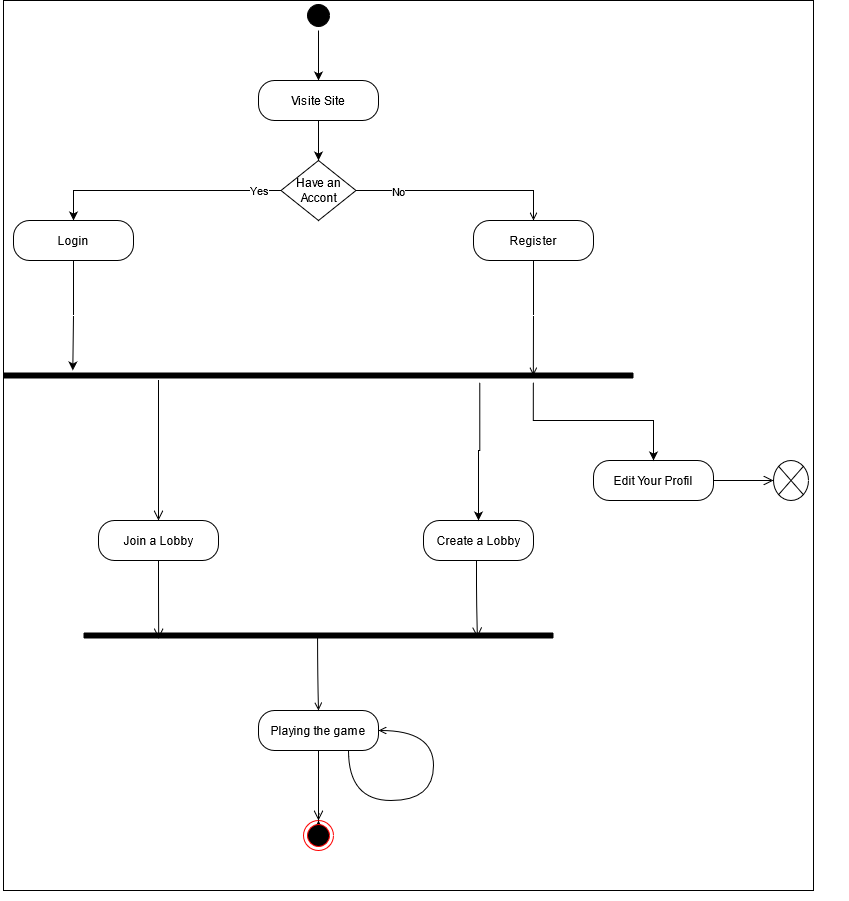
Before: Overview.png, a diagram exported from draw.io (sopra-fs21-group-15/diagrams). Source tidied: cells renumbered, new cells last; positions are measured from the earlier drawing's top-left corner, leaving out a move shared by most shapes.
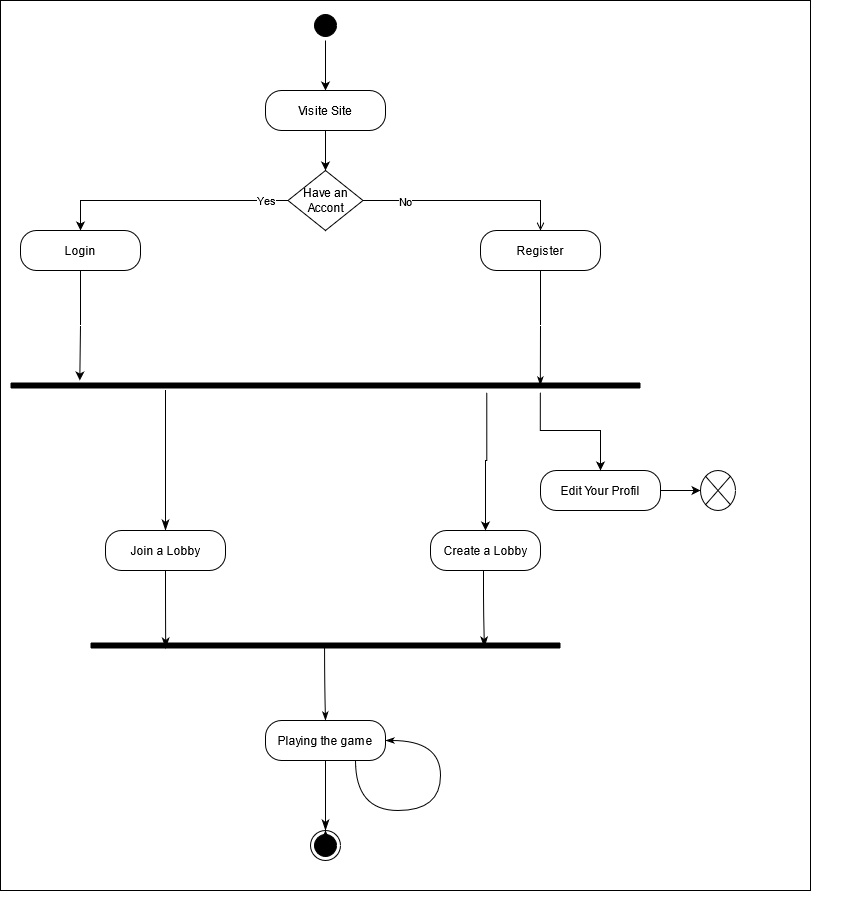
Later version of the same file.

Change to the diagram source:
```diff
@@ -2,15 +2,18 @@
   <root>
     <mxCell id="0" />
     <mxCell id="1" parent="0" />
+    <mxCell id="36" style="group;" parent="1" vertex="1">
+      <mxGeometry x="10" y="-30" width="855" height="920" as="geometry" />
+    </mxCell>
-    <mxCell id="2" style="group;" parent="1" vertex="1">
-      <mxGeometry width="845" height="900" as="geometry" />
+    <mxCell id="2" style="group;" parent="36" vertex="1">
+      <mxGeometry x="10" y="10" width="845" height="910" as="geometry" />
     </mxCell>
     <mxCell id="3" style="edgeStyle=orthogonalEdgeStyle;html=1;verticalAlign=bottom;endArrow=open;endSize=8;entryX=0.111;entryY=0;entryDx=0;entryDy=0;entryPerimeter=0;" parent="2" edge="1">
       <mxGeometry relative="1" as="geometry">
         <mxPoint x="70" y="320" as="targetPoint" />
       </mxGeometry>
     </mxCell>
-    <mxCell id="4" style="edgeStyle=orthogonalEdgeStyle;html=1;verticalAlign=bottom;endArrow=open;endSize=8;entryX=0.5;entryY=0;entryDx=0;entryDy=0;curved=1;" parent="2" edge="1" target="5">
+    <mxCell id="4" style="edgeStyle=orthogonalEdgeStyle;html=1;verticalAlign=bottom;endArrow=classicThin;endSize=8;entryX=0.5;entryY=0;entryDx=0;entryDy=0;curved=1;endFill=1;" parent="2" edge="1" target="5">
       <mxGeometry relative="1" as="geometry">
         <mxPoint x="155" y="380" as="sourcePoint" />
       </mxGeometry>
@@ -18,13 +21,13 @@
     <mxCell id="5" value="Join a Lobby" style="rounded=1;whiteSpace=wrap;html=1;arcSize=40;" parent="2" vertex="1">
       <mxGeometry x="95" y="520" width="120" height="40" as="geometry" />
     </mxCell>
-    <mxCell id="6" style="edgeStyle=orthogonalEdgeStyle;html=1;verticalAlign=bottom;endArrow=open;endSize=8;entryX=0.16;entryY=0.8;entryDx=0;entryDy=0;entryPerimeter=0;" parent="2" edge="1" source="5" target="9">
+    <mxCell id="6" style="edgeStyle=orthogonalEdgeStyle;html=1;verticalAlign=bottom;endArrow=classicThin;endSize=8;entryX=0.16;entryY=0.8;entryDx=0;entryDy=0;entryPerimeter=0;endFill=1;" parent="2" edge="1" source="5" target="9">
       <mxGeometry relative="1" as="geometry" />
     </mxCell>
     <mxCell id="7" value="Create a Lobby" style="rounded=1;whiteSpace=wrap;html=1;arcSize=40;" parent="2" vertex="1">
       <mxGeometry x="420" y="520" width="110" height="40" as="geometry" />
     </mxCell>
-    <mxCell id="8" style="edgeStyle=orthogonalEdgeStyle;html=1;verticalAlign=bottom;endArrow=open;endSize=8;entryX=0.838;entryY=0.7;entryDx=0;entryDy=0;entryPerimeter=0;" parent="2" edge="1" target="9">
+    <mxCell id="8" style="edgeStyle=orthogonalEdgeStyle;html=1;verticalAlign=bottom;endArrow=classicThin;endSize=8;entryX=0.838;entryY=0.7;entryDx=0;entryDy=0;entryPerimeter=0;endFill=1;" parent="2" edge="1" target="9">
       <mxGeometry relative="1" as="geometry">
         <mxPoint x="473" y="560" as="sourcePoint" />
       </mxGeometry>
@@ -32,21 +35,16 @@
     <mxCell id="9" style="shape=line;html=1;strokeWidth=6;" parent="2" vertex="1">
       <mxGeometry x="80" y="630" width="470" height="10" as="geometry" />
     </mxCell>
+    <mxCell id="12" style="edgeStyle=orthogonalEdgeStyle;rounded=0;jettySize=auto;html=1;exitX=1;exitY=0.5;exitDx=0;exitDy=0;entryX=0;entryY=0.5;entryDx=0;entryDy=0;" parent="2" edge="1" source="10" target="11">
+      <mxGeometry relative="1" as="geometry" />
+    </mxCell>
     <mxCell id="10" value="Edit Your Profil" style="rounded=1;whiteSpace=wrap;html=1;arcSize=40;" parent="2" vertex="1">
-      <mxGeometry x="590" y="460" width="120" height="40" as="geometry" />
+      <mxGeometry x="530" y="460" width="120" height="40" as="geometry" />
     </mxCell>
     <mxCell id="11" style="shape=sumEllipse;perimeter=ellipsePerimeter;whiteSpace=wrap;html=1;backgroundOutline=1;" parent="2" vertex="1">
-      <mxGeometry x="770" y="460" width="35" height="40" as="geometry" />
+      <mxGeometry x="690" y="460" width="35" height="40" as="geometry" />
     </mxCell>
-    <mxCell id="12" style="edgeStyle=orthogonalEdgeStyle;html=1;verticalAlign=bottom;endArrow=open;endSize=8;exitX=1;exitY=0.5;exitDx=0;exitDy=0;" parent="2" edge="1" source="10" target="11">
-      <mxGeometry relative="1" as="geometry">
-        <Array as="points">
-          <mxPoint x="770" y="480" />
-          <mxPoint x="770" y="480" />
-        </Array>
-      </mxGeometry>
-    </mxCell>
-    <mxCell id="13" style="edgeStyle=orthogonalEdgeStyle;curved=1;sketch=0;jumpStyle=none;orthogonalLoop=1;jettySize=auto;html=1;exitX=0.25;exitY=0;exitDx=0;exitDy=0;shadow=0;endArrow=open;endFill=0;strokeColor=#000000;entryX=0;entryY=0.5;entryDx=0;entryDy=0;" parent="2" edge="1" source="14" target="14">
+    <mxCell id="13" style="edgeStyle=orthogonalEdgeStyle;curved=1;sketch=0;jumpStyle=none;orthogonalLoop=1;jettySize=auto;html=1;exitX=0.25;exitY=0;exitDx=0;exitDy=0;shadow=0;endArrow=classicThin;endFill=1;strokeColor=#000000;entryX=0;entryY=0.5;entryDx=0;entryDy=0;" parent="2" edge="1" source="14" target="14">
       <mxGeometry relative="1" as="geometry">
         <Array as="points">
           <mxPoint x="345" y="800" />
@@ -58,7 +56,7 @@
     <mxCell id="14" value="Playing the game" style="rounded=1;whiteSpace=wrap;html=1;arcSize=40;direction=west;sketch=0;shadow=0;" parent="2" vertex="1">
       <mxGeometry x="255" y="710" width="120" height="40" as="geometry" />
     </mxCell>
-    <mxCell id="15" style="edgeStyle=orthogonalEdgeStyle;curved=1;sketch=0;jumpStyle=none;jettySize=auto;html=1;exitX=0.498;exitY=0.767;exitDx=0;exitDy=0;exitPerimeter=0;entryX=0.5;entryY=1;entryDx=0;entryDy=0;shadow=0;endArrow=open;endFill=0;strokeColor=#000000;" parent="2" edge="1" source="9" target="14">
+    <mxCell id="15" style="edgeStyle=orthogonalEdgeStyle;curved=1;sketch=0;jumpStyle=none;jettySize=auto;html=1;exitX=0.498;exitY=0.767;exitDx=0;exitDy=0;exitPerimeter=0;entryX=0.5;entryY=1;entryDx=0;entryDy=0;shadow=0;endArrow=classicThin;endFill=1;strokeColor=#000000;" parent="2" edge="1" source="9" target="14">
       <mxGeometry relative="1" as="geometry" />
     </mxCell>
     <mxCell id="16" style="edgeStyle=orthogonalEdgeStyle;html=1;verticalAlign=bottom;endArrow=open;endSize=8;sketch=0;shadow=0;" parent="2" edge="1" source="32">
@@ -93,7 +91,7 @@
     <mxCell id="25" value="Register" style="rounded=1;whiteSpace=wrap;html=1;arcSize=40;" parent="2" vertex="1">
       <mxGeometry x="470" y="220" width="120" height="40" as="geometry" />
     </mxCell>
-    <mxCell id="26" style="edgeStyle=orthogonalEdgeStyle;rounded=0;jumpStyle=none;jettySize=auto;html=1;exitX=0.5;exitY=1;exitDx=0;exitDy=0;entryX=0.841;entryY=0.5;entryDx=0;entryDy=0;entryPerimeter=0;strokeColor=#000000;endArrow=open;endFill=0;" parent="2" edge="1" source="25" target="29">
+    <mxCell id="26" style="edgeStyle=orthogonalEdgeStyle;rounded=0;jumpStyle=none;jettySize=auto;html=1;exitX=0.5;exitY=1;exitDx=0;exitDy=0;entryX=0.841;entryY=0.5;entryDx=0;entryDy=0;entryPerimeter=0;strokeColor=#000000;endArrow=classicThin;endFill=1;" parent="2" edge="1" source="25" target="29">
       <mxGeometry relative="1" as="geometry" />
     </mxCell>
     <mxCell id="27" style="edgeStyle=orthogonalEdgeStyle;rounded=0;jettySize=auto;html=1;exitX=0.756;exitY=1.2;exitDx=0;exitDy=0;exitPerimeter=0;entryX=0.5;entryY=0;entryDx=0;entryDy=0;" parent="2" edge="1" source="29" target="7">
@@ -111,16 +109,16 @@
     <mxCell id="31" value="Login" style="rounded=1;whiteSpace=wrap;html=1;arcSize=40;" parent="2" vertex="1">
       <mxGeometry x="10" y="220" width="120" height="40" as="geometry" />
     </mxCell>
-    <mxCell id="32" style="ellipse;html=1;shape=endState;fillColor=#000000;strokeColor=#ff0000;" parent="2" vertex="1">
+    <mxCell id="32" style="ellipse;html=1;shape=endState;fillColor=#000000;" parent="2" vertex="1">
       <mxGeometry x="300" y="820" width="30" height="30" as="geometry" />
     </mxCell>
-    <mxCell id="33" style="edgeStyle=orthogonalEdgeStyle;html=1;verticalAlign=bottom;endArrow=open;endSize=8;sketch=0;shadow=0;" parent="2" edge="1" source="14" target="32">
+    <mxCell id="33" style="edgeStyle=orthogonalEdgeStyle;html=1;verticalAlign=bottom;endArrow=classicThin;endSize=8;sketch=0;shadow=0;endFill=1;" parent="2" edge="1" source="14" target="32">
       <mxGeometry relative="1" as="geometry" />
     </mxCell>
     <mxCell id="34" style="edgeStyle=orthogonalEdgeStyle;rounded=0;jettySize=auto;html=1;exitX=0.5;exitY=1;exitDx=0;exitDy=0;entryX=0.5;entryY=0;entryDx=0;entryDy=0;" parent="2" edge="1" source="19" target="22">
       <mxGeometry relative="1" as="geometry" />
     </mxCell>
-    <mxCell id="35" style="rounded=0;whiteSpace=wrap;html=1;fillColor=none;" parent="2" vertex="1">
+    <mxCell id="35" style="rounded=0;whiteSpace=wrap;html=1;fillColor=none;" parent="36" vertex="1">
       <mxGeometry width="810" height="890" as="geometry" />
     </mxCell>
   </root>
```
